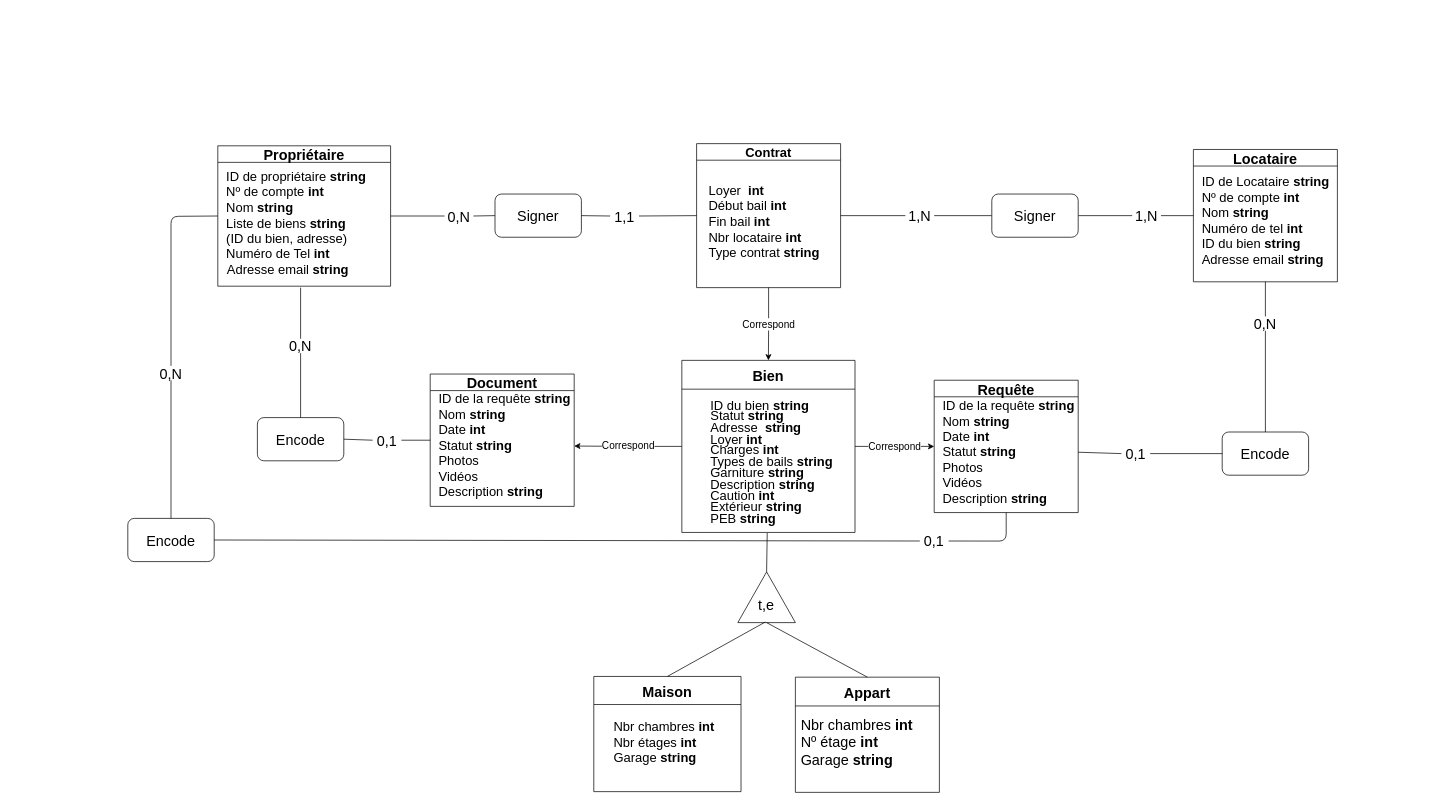
Above: page "NEW" (1 of 21) of Ko-loc (1).drawio in Julienthum/Co-Lock (draw.io), before the change. Source tidied: cells renumbered, new cells numbered last; positions are measured from the earlier drawing's top-left corner, leaving out a move shared by most shapes. Both pictures are drawn from the tidied source at 72%, with x=0, y=0 at pixel (127, 143).
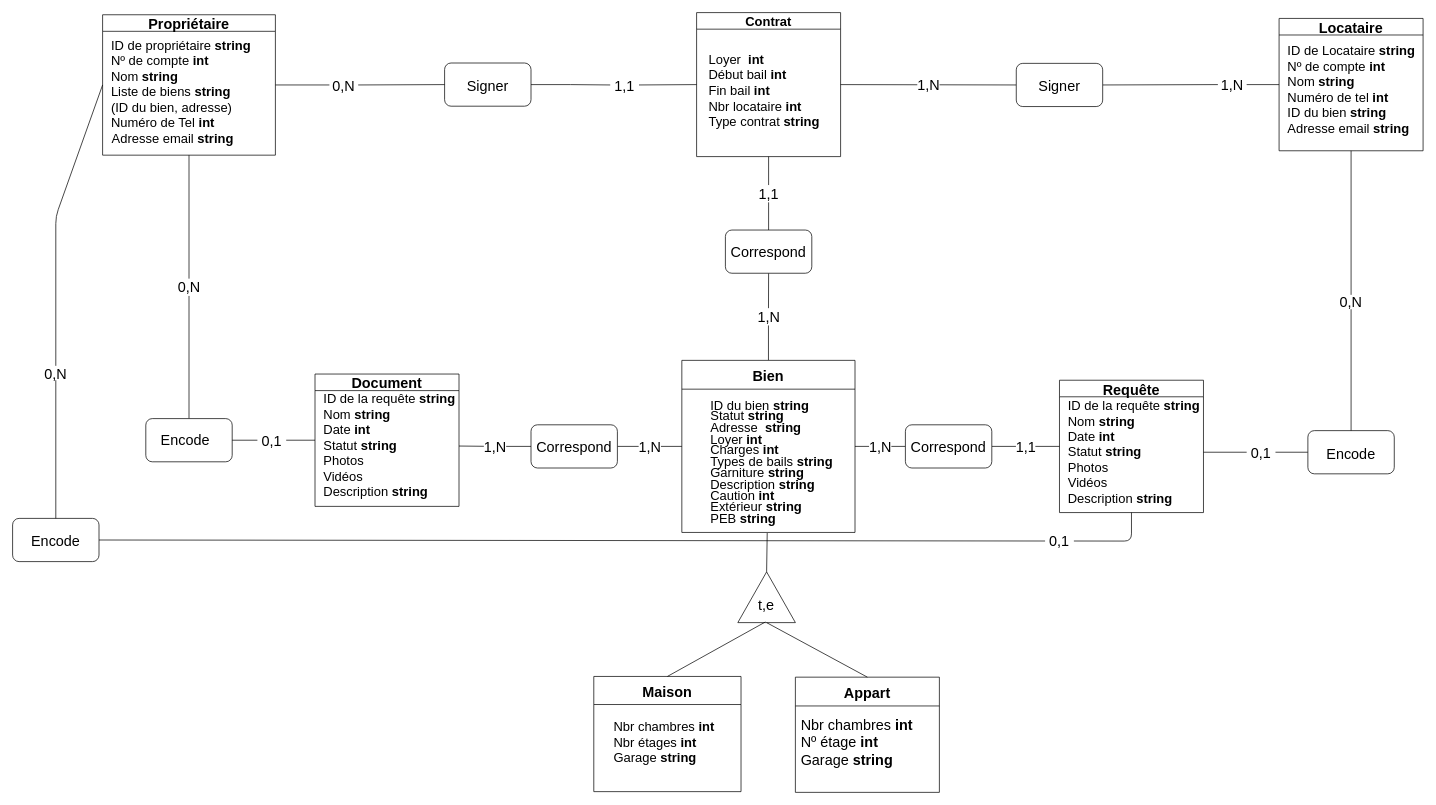
Above is the later version.

The change refers to these unchanged cells:
```xml
<mxCell id="11" value="Bien" style="swimlane;startSize=40;fontSize=20;" parent="1" vertex="1">
  <mxGeometry x="769.5" y="301" width="240.5" height="239" as="geometry" />
</mxCell>
<mxCell id="16" value="&lt;p class=&quot;MsoListParagraphCxSpFirst&quot; style=&quot;margin: 0cm 0cm 0cm 36pt ; line-height: 15.6933px ; font-size: 11pt ; font-family: &amp;#34;calibri&amp;#34; , sans-serif ; text-indent: -18pt&quot;&gt;&lt;/p&gt;&lt;font style=&quot;font-size: 18px&quot;&gt;ID de la requête &lt;b&gt;string&lt;/b&gt;&lt;br&gt;Nom &lt;b&gt;string&lt;/b&gt;&lt;br&gt;Date &lt;b&gt;int&lt;br&gt;&lt;/b&gt;Statut &lt;b&gt;string&lt;/b&gt;&lt;br&gt;Photos&lt;br&gt;Vidéos&lt;br&gt;Description &lt;b&gt;string&lt;/b&gt;&lt;br&gt;&lt;/font&gt;" style="text;html=1;strokeColor=none;fillColor=none;align=left;verticalAlign=middle;whiteSpace=wrap;rounded=0;" parent="15" vertex="1">
  <mxGeometry x="10" y="35" width="190" height="130" as="geometry" />
</mxCell>
```

The edit, as a diff of the source:
```diff
@@
-    <mxCell id="2" value="Correspond" style="edgeStyle=orthogonalEdgeStyle;rounded=0;jettySize=auto;html=1;entryX=0.5;entryY=0;entryDx=0;entryDy=0;fontSize=14;" parent="1" edge="1" source="3" target="11">
-      <mxGeometry relative="1" as="geometry" />
-    </mxCell>
+    <mxCell id="65" value="1,1" style="edgeStyle=orthogonalEdgeStyle;rounded=0;jettySize=auto;html=1;entryX=0.5;entryY=0;entryDx=0;entryDy=0;fontSize=20;endArrow=none;endFill=0;" parent="1" edge="1" source="3" target="74">
+      <mxGeometry relative="1" as="geometry" />
+    </mxCell>
     <mxCell id="3" value="Contrat" style="swimlane;fontSize=18;align=center;" parent="1" vertex="1">
-      <mxGeometry x="790" width="200" height="200" as="geometry" />
+      <mxGeometry x="790" y="-182" width="200" height="200" as="geometry" />
     </mxCell>
@@
     <mxCell id="5" value="Propriétaire" style="swimlane;fontSize=20;" parent="1" vertex="1">
-      <mxGeometry x="125" y="3" width="240" height="195" as="geometry" />
+      <mxGeometry x="-35" y="-179" width="240" height="195" as="geometry" />
     </mxCell>
@@
     <mxCell id="7" value="Locataire" style="swimlane;fontSize=20;" parent="1" vertex="1">
-      <mxGeometry x="1480" y="8.1" width="200" height="183.8" as="geometry" />
+      <mxGeometry x="1599" y="-173.9" width="200" height="183.8" as="geometry" />
     </mxCell>
@@
-    <mxCell id="9" value="Correspond" style="edgeStyle=orthogonalEdgeStyle;rounded=0;jettySize=auto;html=1;exitX=1;exitY=0.5;exitDx=0;exitDy=0;entryX=0;entryY=0.5;entryDx=0;entryDy=0;fontSize=14;" parent="1" edge="1" source="11" target="13">
-      <mxGeometry relative="1" as="geometry" />
-    </mxCell>
-    <mxCell id="10" value="Correspond" style="edgeStyle=orthogonalEdgeStyle;rounded=0;jettySize=auto;html=1;exitX=0;exitY=0.5;exitDx=0;exitDy=0;entryX=1;entryY=0.5;entryDx=0;entryDy=0;fontSize=14;" parent="1" edge="1" source="11" target="16">
-      <mxGeometry relative="1" as="geometry" />
-    </mxCell>
+    <mxCell id="66" value="&lt;font style=&quot;font-size: 20px&quot;&gt;1,N&lt;/font&gt;" style="edgeStyle=orthogonalEdgeStyle;rounded=0;jettySize=auto;html=1;entryX=0;entryY=0.5;entryDx=0;entryDy=0;endArrow=none;endFill=0;" parent="1" edge="1" source="11" target="71">
+      <mxGeometry relative="1" as="geometry" />
+    </mxCell>
+    <mxCell id="67" value="1,N" style="edgeStyle=orthogonalEdgeStyle;rounded=0;jettySize=auto;html=1;entryX=1;entryY=0.5;entryDx=0;entryDy=0;fontSize=20;endArrow=none;endFill=0;" parent="1" edge="1" source="11" target="73">
+      <mxGeometry relative="1" as="geometry" />
+    </mxCell>
+    <mxCell id="68" value="1,N" style="edgeStyle=orthogonalEdgeStyle;rounded=0;jettySize=auto;html=1;entryX=0.5;entryY=1;entryDx=0;entryDy=0;fontSize=20;endArrow=none;endFill=0;" parent="1" edge="1" source="11" target="74">
+      <mxGeometry relative="1" as="geometry" />
+    </mxCell>
@@
+    <mxCell id="69" value="&lt;font style=&quot;font-size: 20px&quot;&gt;1,1&lt;/font&gt;" style="edgeStyle=orthogonalEdgeStyle;rounded=0;jettySize=auto;html=1;entryX=1;entryY=0.5;entryDx=0;entryDy=0;endArrow=none;endFill=0;" parent="1" edge="1" source="13" target="71">
+      <mxGeometry relative="1" as="geometry" />
+    </mxCell>
     <mxCell id="13" value="Requête" style="swimlane;fontSize=20;" parent="1" vertex="1">
-      <mxGeometry x="1120" y="328.6" width="200" height="183.8" as="geometry" />
+      <mxGeometry x="1294" y="328.6" width="200" height="183.8" as="geometry" />
     </mxCell>
@@
     <mxCell id="15" value="Document" style="swimlane;fontSize=20;" parent="1" vertex="1">
-      <mxGeometry x="420" y="320" width="200" height="183.8" as="geometry" />
+      <mxGeometry x="260" y="320" width="200" height="183.8" as="geometry" />
     </mxCell>
@@
-    <mxCell id="26" style="endArrow=none;html=1;fontSize=20;strokeColor=#000000;fillColor=#000000;exitX=1;exitY=0.5;exitDx=0;exitDy=0;entryX=0;entryY=0.5;entryDx=0;entryDy=0;startArrow=none;" parent="1" edge="1" source="27" target="31">
-      <mxGeometry relative="1" as="geometry" />
-    </mxCell>
-    <mxCell id="27" value="1,N" style="text;html=1;strokeColor=none;fillColor=none;align=center;verticalAlign=middle;whiteSpace=wrap;rounded=0;fontSize=20;" parent="1" vertex="1">
-      <mxGeometry x="1080" y="90" width="40" height="20" as="geometry" />
-    </mxCell>
-    <mxCell id="28" style="endArrow=none;html=1;fontSize=20;strokeColor=#000000;fillColor=#000000;exitX=1;exitY=0.5;exitDx=0;exitDy=0;entryX=0;entryY=0.5;entryDx=0;entryDy=0;" parent="1" edge="1" source="3" target="27">
+    <mxCell id="28" value="1,N" style="endArrow=none;html=1;fontSize=20;strokeColor=#000000;fillColor=#000000;exitX=1;exitY=0.5;exitDx=0;exitDy=0;entryX=0;entryY=0.5;entryDx=0;entryDy=0;" parent="1" edge="1" source="3" target="31">
       <mxGeometry relative="1" as="geometry" />
     </mxCell>
     <mxCell id="29" value="1,N" style="text;html=1;strokeColor=none;fillColor=none;align=center;verticalAlign=middle;whiteSpace=wrap;rounded=0;fontSize=20;" parent="1" vertex="1">
-      <mxGeometry x="1395" y="90" width="40" height="20" as="geometry" />
+      <mxGeometry x="1514" y="-92" width="40" height="20" as="geometry" />
     </mxCell>
@@
     <mxCell id="31" value="Signer" style="rounded=1;whiteSpace=wrap;html=1;fontSize=20;" parent="1" vertex="1">
-      <mxGeometry x="1200" y="70" width="120" height="60" as="geometry" />
+      <mxGeometry x="1234" y="-111.5" width="120" height="60" as="geometry" />
     </mxCell>
+    <mxCell id="39" style="edgeStyle=orthogonalEdgeStyle;rounded=0;jettySize=auto;html=1;entryX=0;entryY=0.5;entryDx=0;entryDy=0;fontSize=20;endArrow=none;endFill=0;" parent="1" edge="1" source="32" target="38">
+      <mxGeometry relative="1" as="geometry" />
+    </mxCell>
     <mxCell id="32" style="rounded=1;whiteSpace=wrap;html=1;fontSize=20;" parent="1" vertex="1">
-      <mxGeometry x="510" y="70" width="120" height="60" as="geometry" />
+      <mxGeometry x="440" y="-112" width="120" height="60" as="geometry" />
     </mxCell>
@@
     <mxCell id="34" value="Signer" style="text;html=1;strokeColor=none;fillColor=none;align=center;verticalAlign=middle;whiteSpace=wrap;rounded=0;fontSize=20;" parent="1" vertex="1">
-      <mxGeometry x="550" y="90" width="40" height="20" as="geometry" />
+      <mxGeometry x="480" y="-91.5" width="40" height="20" as="geometry" />
     </mxCell>
     <mxCell id="35" value="0,N" style="text;html=1;strokeColor=none;fillColor=none;align=center;verticalAlign=middle;whiteSpace=wrap;rounded=0;fontSize=20;" parent="1" vertex="1">
-      <mxGeometry x="440" y="90.5" width="40" height="20" as="geometry" />
+      <mxGeometry x="280" y="-91.5" width="40" height="20" as="geometry" />
     </mxCell>
@@
     <mxCell id="38" value="1,1" style="text;html=1;strokeColor=none;fillColor=none;align=center;verticalAlign=middle;whiteSpace=wrap;rounded=0;fontSize=20;" parent="1" vertex="1">
-      <mxGeometry x="670" y="90.5" width="40" height="20" as="geometry" />
+      <mxGeometry x="670" y="-91.5" width="40" height="20" as="geometry" />
     </mxCell>
-    <mxCell id="39" style="endArrow=none;html=1;fontSize=20;strokeColor=#000000;fillColor=#000000;entryX=0;entryY=0.5;entryDx=0;entryDy=0;exitX=1;exitY=0.5;exitDx=0;exitDy=0;" parent="1" edge="1" source="32" target="38">
-      <mxGeometry relative="1" as="geometry" />
-    </mxCell>
+    <mxCell id="70" style="edgeStyle=orthogonalEdgeStyle;rounded=0;jettySize=auto;html=1;entryX=1;entryY=0.5;entryDx=0;entryDy=0;fontSize=20;endArrow=none;endFill=0;" parent="1" edge="1" source="40" target="43">
+      <mxGeometry relative="1" as="geometry" />
+    </mxCell>
     <mxCell id="40" style="rounded=1;whiteSpace=wrap;html=1;fontSize=20;" parent="1" vertex="1">
-      <mxGeometry x="1520" y="400.5" width="120" height="60" as="geometry" />
+      <mxGeometry x="1639" y="398.6" width="120" height="60" as="geometry" />
     </mxCell>
-    <mxCell id="41" style="endArrow=none;html=1;fontSize=20;strokeColor=#000000;fillColor=#000000;entryX=0;entryY=0.5;entryDx=0;entryDy=0;exitX=1;exitY=0.5;exitDx=0;exitDy=0;startArrow=none;" parent="1" edge="1" source="43" target="40">
-      <mxGeometry relative="1" as="geometry" />
-    </mxCell>
     <mxCell id="42" value="Encode" style="text;html=1;strokeColor=none;fillColor=none;align=center;verticalAlign=middle;whiteSpace=wrap;rounded=0;fontSize=20;" parent="1" vertex="1">
-      <mxGeometry x="1560" y="420.5" width="40" height="20" as="geometry" />
+      <mxGeometry x="1679" y="420.5" width="40" height="20" as="geometry" />
     </mxCell>
     <mxCell id="43" value="0,1" style="text;html=1;strokeColor=none;fillColor=none;align=center;verticalAlign=middle;whiteSpace=wrap;rounded=0;fontSize=20;" parent="1" vertex="1">
-      <mxGeometry x="1380" y="420.5" width="40" height="20" as="geometry" />
+      <mxGeometry x="1554" y="418.6" width="40" height="20" as="geometry" />
     </mxCell>
@@
     <mxCell id="46" value="0,N" style="text;html=1;strokeColor=none;fillColor=none;align=center;verticalAlign=middle;whiteSpace=wrap;rounded=0;fontSize=20;" parent="1" vertex="1">
-      <mxGeometry x="1560" y="240" width="40" height="20" as="geometry" />
+      <mxGeometry x="1679" y="210" width="40" height="20" as="geometry" />
     </mxCell>
@@
+    <mxCell id="54" value="0,N" style="edgeStyle=orthogonalEdgeStyle;rounded=0;jettySize=auto;html=1;entryX=0.5;entryY=1;entryDx=0;entryDy=0;fontSize=20;endArrow=none;endFill=0;" parent="1" edge="1" source="48" target="5">
+      <mxGeometry relative="1" as="geometry" />
+    </mxCell>
     <mxCell id="48" style="rounded=1;whiteSpace=wrap;html=1;fontSize=20;" parent="1" vertex="1">
-      <mxGeometry x="180" y="380.5" width="120" height="60" as="geometry" />
+      <mxGeometry x="25" y="381.9" width="120" height="60" as="geometry" />
     </mxCell>
@@
     <mxCell id="50" value="Encode" style="text;html=1;strokeColor=none;fillColor=none;align=center;verticalAlign=middle;whiteSpace=wrap;rounded=0;fontSize=20;" parent="1" vertex="1">
-      <mxGeometry x="220" y="400.5" width="40" height="20" as="geometry" />
+      <mxGeometry x="60" y="400.5" width="40" height="20" as="geometry" />
     </mxCell>
     <mxCell id="51" value="0,1" style="text;html=1;strokeColor=none;fillColor=none;align=center;verticalAlign=middle;whiteSpace=wrap;rounded=0;fontSize=20;" parent="1" vertex="1">
-      <mxGeometry x="340" y="401.9" width="40" height="20" as="geometry" />
+      <mxGeometry x="180" y="401.9" width="40" height="20" as="geometry" />
     </mxCell>
@@
-    <mxCell id="53" style="endArrow=none;html=1;fontSize=20;strokeColor=#000000;fillColor=#000000;exitX=0.5;exitY=0;exitDx=0;exitDy=0;startArrow=none;" parent="1" edge="1" source="54">
-      <mxGeometry relative="1" as="geometry">
-        <mxPoint x="240" y="200" as="targetPoint" />
-      </mxGeometry>
-    </mxCell>
-    <mxCell id="54" value="0,N" style="text;html=1;strokeColor=none;fillColor=none;align=center;verticalAlign=middle;whiteSpace=wrap;rounded=0;fontSize=20;" parent="1" vertex="1">
-      <mxGeometry x="220" y="271" width="40" height="20" as="geometry" />
-    </mxCell>
-    <mxCell id="55" style="endArrow=none;html=1;fontSize=20;strokeColor=#000000;fillColor=#000000;entryX=0.5;entryY=1;entryDx=0;entryDy=0;exitX=0.5;exitY=0;exitDx=0;exitDy=0;" parent="1" edge="1" source="48" target="54">
-      <mxGeometry relative="1" as="geometry" />
-    </mxCell>
@@
     <mxCell id="57" style="rounded=1;whiteSpace=wrap;html=1;fontSize=20;" parent="1" vertex="1">
-      <mxGeometry y="520.5" width="120" height="60" as="geometry" />
+      <mxGeometry x="-160" y="520.5" width="120" height="60" as="geometry" />
     </mxCell>
     <mxCell id="58" style="endArrow=none;html=1;fontSize=20;strokeColor=#000000;fillColor=#000000;entryX=0.5;entryY=1;entryDx=0;entryDy=0;exitX=1;exitY=0.5;exitDx=0;exitDy=0;startArrow=none;" parent="1" edge="1" source="60" target="13">
       <mxGeometry relative="1" as="geometry">
         <Array as="points">
-          <mxPoint x="1220" y="552" />
+          <mxPoint x="1394" y="552" />
         </Array>
       </mxGeometry>
     </mxCell>
     <mxCell id="59" value="Encode" style="text;html=1;strokeColor=none;fillColor=none;align=center;verticalAlign=middle;whiteSpace=wrap;rounded=0;fontSize=20;" parent="1" vertex="1">
-      <mxGeometry x="40" y="540.5" width="40" height="20" as="geometry" />
+      <mxGeometry x="-120" y="540.5" width="40" height="20" as="geometry" />
     </mxCell>
     <mxCell id="60" value="0,1" style="text;html=1;strokeColor=none;fillColor=none;align=center;verticalAlign=middle;whiteSpace=wrap;rounded=0;fontSize=20;" parent="1" vertex="1">
-      <mxGeometry x="1100" y="541.9" width="40" height="20" as="geometry" />
+      <mxGeometry x="1274" y="541.9" width="40" height="20" as="geometry" />
     </mxCell>
@@
     <mxCell id="62" style="endArrow=none;html=1;fontSize=20;strokeColor=#000000;fillColor=#000000;exitX=0.5;exitY=0;exitDx=0;exitDy=0;startArrow=none;entryX=0;entryY=0.5;entryDx=0;entryDy=0;" parent="1" edge="1" source="63" target="5">
       <mxGeometry relative="1" as="geometry">
         <Array as="points">
-          <mxPoint x="60" y="101" />
+          <mxPoint x="-100" y="101" />
         </Array>
       </mxGeometry>
     </mxCell>
     <mxCell id="63" value="0,N" style="text;html=1;strokeColor=none;fillColor=none;align=center;verticalAlign=middle;whiteSpace=wrap;rounded=0;fontSize=20;" parent="1" vertex="1">
-      <mxGeometry x="40" y="308.6" width="40" height="20" as="geometry" />
+      <mxGeometry x="-120" y="308.6" width="40" height="20" as="geometry" />
     </mxCell>
@@
+    <mxCell id="71" value="Correspond" style="rounded=1;whiteSpace=wrap;html=1;fontSize=20;" parent="1" vertex="1">
+      <mxGeometry x="1080" y="390.5" width="120" height="60" as="geometry" />
+    </mxCell>
+    <mxCell id="72" value="1,N" style="edgeStyle=orthogonalEdgeStyle;rounded=0;jettySize=auto;html=1;entryX=1;entryY=0.5;entryDx=0;entryDy=0;fontSize=20;endArrow=none;endFill=0;" parent="1" edge="1" source="73" target="16">
+      <mxGeometry relative="1" as="geometry" />
+    </mxCell>
+    <mxCell id="73" value="Correspond" style="rounded=1;whiteSpace=wrap;html=1;fontSize=20;" parent="1" vertex="1">
+      <mxGeometry x="560" y="390.5" width="120" height="60" as="geometry" />
+    </mxCell>
+    <mxCell id="74" value="Correspond" style="rounded=1;whiteSpace=wrap;html=1;fontSize=20;" parent="1" vertex="1">
+      <mxGeometry x="830" y="120" width="120" height="60" as="geometry" />
+    </mxCell>
```
